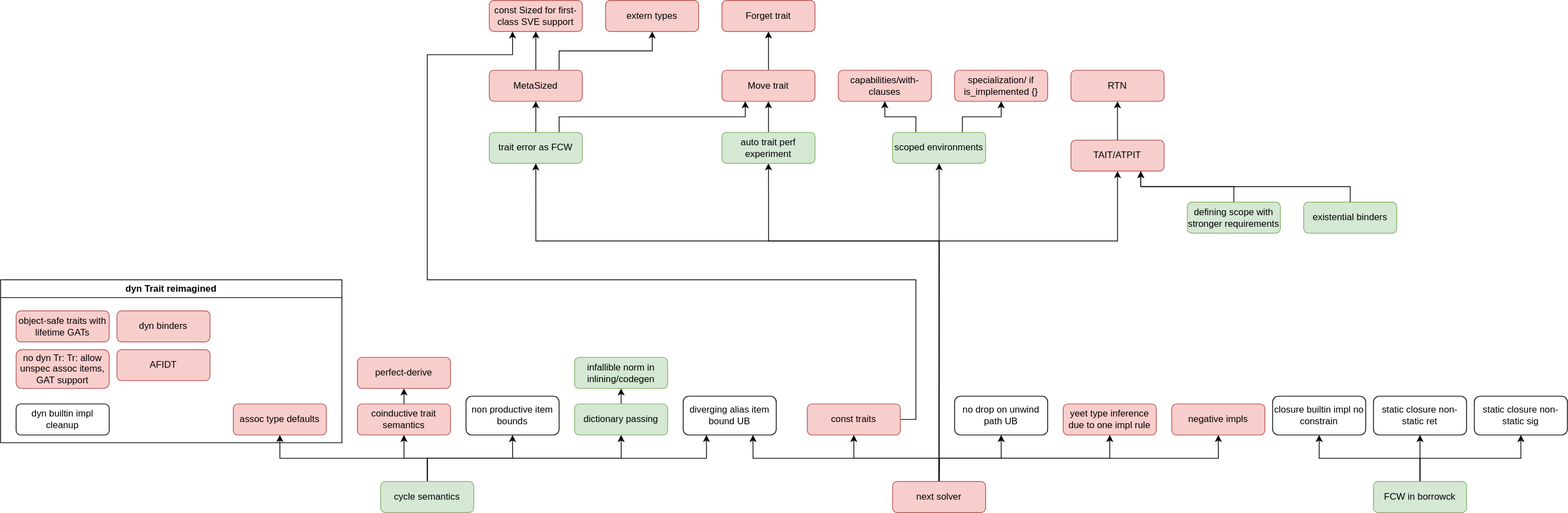
hexcatnl/roadmap keeps this draw.io diagram as roadmap.svg. Above is the earlier version. Source tidied: cells renumbered, new cells last; positions are measured from the earlier drawing's top-left corner, leaving out a move shared by most shapes.
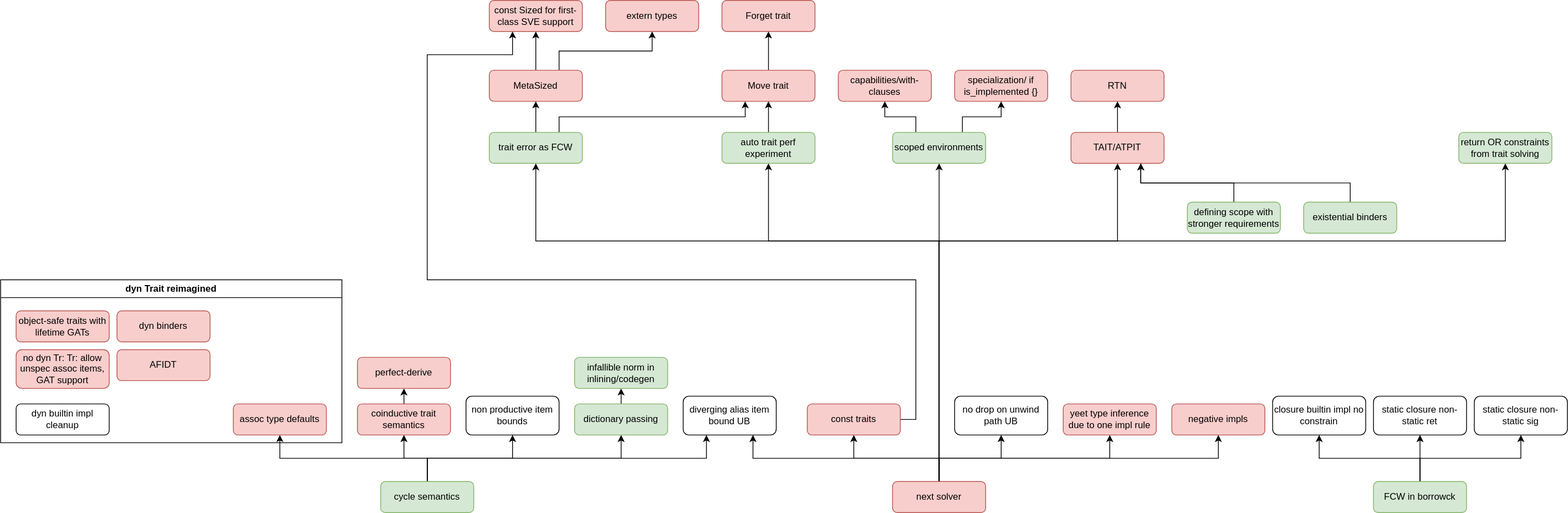
Later version of the same file.

The edit, as a diff of the source:
```diff
@@ -116,6 +116,14 @@
         </Array>
       </mxGeometry>
     </mxCell>
+    <mxCell id="70" style="edgeStyle=orthogonalEdgeStyle;rounded=0;jettySize=auto;html=1;exitX=0.5;exitY=0;exitDx=0;exitDy=0;entryX=0.5;entryY=1;entryDx=0;entryDy=0;" parent="1" edge="1" source="30" target="71">
+      <mxGeometry relative="1" as="geometry">
+        <Array as="points">
+          <mxPoint x="1210" y="310" />
+          <mxPoint x="1940" y="310" />
+        </Array>
+      </mxGeometry>
+    </mxCell>
     <mxCell id="30" value="next solver" style="rounded=1;whiteSpace=wrap;html=1;fillColor=#f8cecc;strokeColor=#b85450;" parent="1" vertex="1">
       <mxGeometry x="1150" y="620" width="120" height="40" as="geometry" />
     </mxCell>
@@ -205,7 +213,7 @@
       <mxGeometry relative="1" as="geometry" />
     </mxCell>
     <mxCell id="57" value="TAIT/ATPIT" style="rounded=1;whiteSpace=wrap;html=1;fillColor=#f8cecc;strokeColor=#b85450;" parent="1" vertex="1">
-      <mxGeometry x="1380" y="180" width="120" height="40" as="geometry" />
+      <mxGeometry x="1380" y="170" width="120" height="40" as="geometry" />
     </mxCell>
     <mxCell id="58" value="RTN" style="rounded=1;whiteSpace=wrap;html=1;fillColor=#f8cecc;strokeColor=#b85450;" parent="1" vertex="1">
       <mxGeometry x="1380" y="90" width="120" height="40" as="geometry" />
@@ -243,5 +251,8 @@
     <mxCell id="69" value="&lt;a href=&quot;https://github.com/rust-lang/rust/issues/112905&quot;&gt;static closure non-static sig&lt;/a&gt;" style="rounded=1;whiteSpace=wrap;html=1;fillColor=light-dark(#FFFFFF,#FF3333);" parent="1" vertex="1">
       <mxGeometry x="1900" y="510" width="120" height="50" as="geometry" />
     </mxCell>
+    <mxCell id="71" value="return OR constraints from trait solving" style="rounded=1;whiteSpace=wrap;html=1;fillColor=#d5e8d4;strokeColor=#82b366;" parent="1" vertex="1">
+      <mxGeometry x="1880" y="170" width="120" height="40" as="geometry" />
+    </mxCell>
   </root>
 </mxGraphModel>
```
